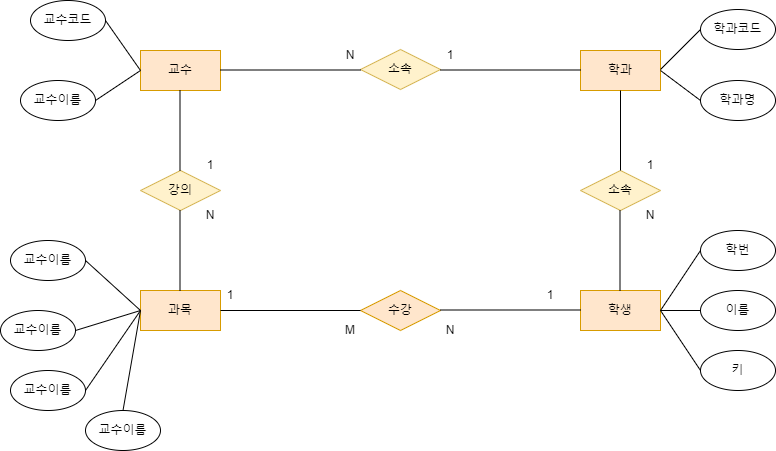
Above: 학사관리시스템.drawio.png in leeseungun1/diagram (draw.io), before the change. Source tidied: cells renumbered, new cells last; positions are measured from the earlier drawing's top-left corner, leaving out a move shared by most shapes.
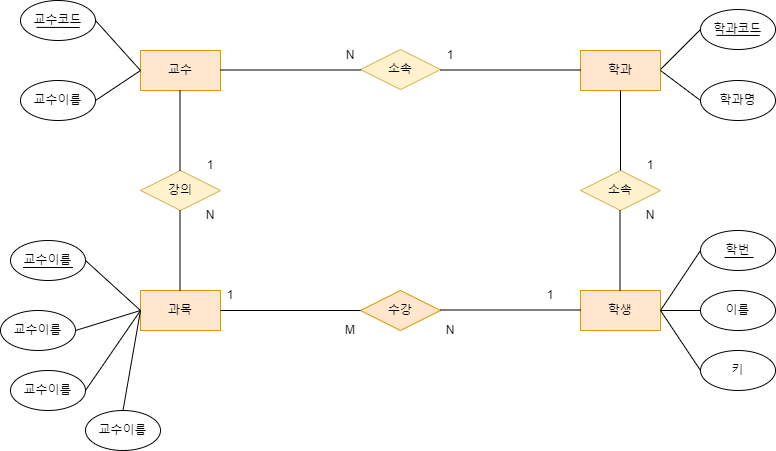
The same file after the commit.

Commit message:
학사관리시스템.drawio.png 업데이트

The edit, as a diff of the source:
```diff
@@ -107,7 +107,7 @@
       <mxGeometry relative="1" as="geometry" />
     </mxCell>
     <mxCell id="28" value="교수코드" style="ellipse;whiteSpace=wrap;html=1;" parent="1" vertex="1">
-      <mxGeometry x="30" width="75" height="40" as="geometry" />
+      <mxGeometry x="20" width="75" height="40" as="geometry" />
     </mxCell>
     <mxCell id="29" value="교수이름" style="ellipse;whiteSpace=wrap;html=1;" parent="1" vertex="1">
       <mxGeometry x="20" y="80" width="75" height="40" as="geometry" />
@@ -182,5 +182,29 @@
     <mxCell id="49" value="1" style="text;html=1;strokeColor=none;fillColor=none;align=center;verticalAlign=middle;whiteSpace=wrap;rounded=0;" parent="1" vertex="1">
       <mxGeometry x="520" y="280" width="60" height="30" as="geometry" />
     </mxCell>
+    <mxCell id="50" style="endArrow=none;html=1;rounded=0;" parent="1" edge="1">
+      <mxGeometry relative="1" as="geometry">
+        <mxPoint x="36" y="26.9" as="sourcePoint" />
+        <mxPoint x="79.1" y="27" as="targetPoint" />
+      </mxGeometry>
+    </mxCell>
+    <mxCell id="51" style="endArrow=none;html=1;rounded=0;" parent="1" edge="1">
+      <mxGeometry relative="1" as="geometry">
+        <mxPoint x="715.9" y="34.9" as="sourcePoint" />
+        <mxPoint x="759.1" y="35" as="targetPoint" />
+      </mxGeometry>
+    </mxCell>
+    <mxCell id="52" style="endArrow=none;html=1;rounded=0;" parent="1" edge="1">
+      <mxGeometry relative="1" as="geometry">
+        <mxPoint x="724" y="257" as="sourcePoint" />
+        <mxPoint x="753.1" y="257" as="targetPoint" />
+      </mxGeometry>
+    </mxCell>
+    <mxCell id="53" style="endArrow=none;html=1;rounded=0;entryX=0.8;entryY=0.75;entryDx=0;entryDy=0;entryPerimeter=0;" parent="1" edge="1">
+      <mxGeometry relative="1" as="geometry">
+        <mxPoint x="22.5" y="267" as="sourcePoint" />
+        <mxPoint x="72.5" y="267" as="targetPoint" />
+      </mxGeometry>
+    </mxCell>
   </root>
 </mxGraphModel>
```
